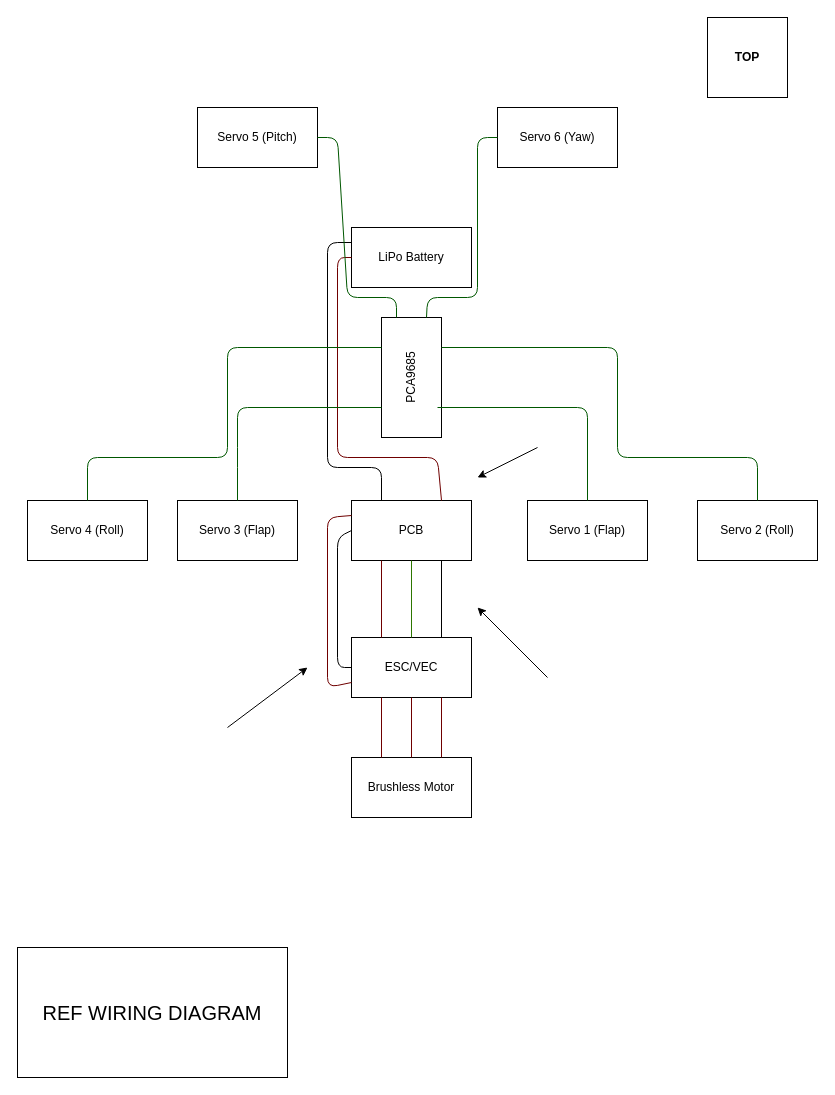
This is PCB/Wiring_Diagrams/Wiring Diagram.drawio from Cipher018/XDF-001, a draw.io file, before an edit. Source tidied: cells renumbered, new cells numbered last; positions are measured from the earlier drawing's top-left corner, leaving out a move shared by most shapes. Both pictures are drawn from the tidied source at 100%, with x=0, y=0 at pixel (17, 17).
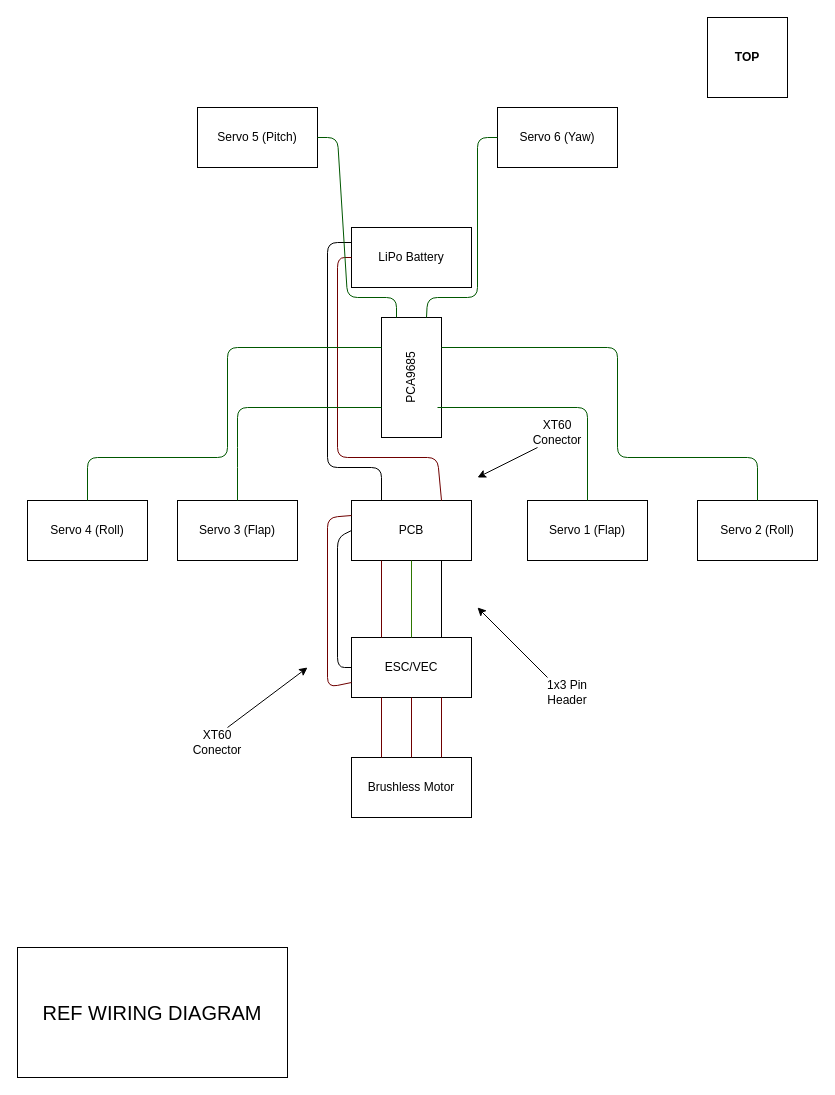
The same diagram, later.

Commit message (it also covers changes not shown here):
Added Wiring Diagram images

What changed in the source:
```diff
@@
-<mxGraphModel>
+<mxGraphModel background="#ffffff">
@@
+    <mxCell id="34" value="XT60 Conector" style="text;html=1;strokeColor=none;fillColor=none;align=center;verticalAlign=middle;whiteSpace=wrap;rounded=0;" parent="1" vertex="1">
+      <mxGeometry x="170" y="710" width="60" height="30" as="geometry" />
+    </mxCell>
+    <mxCell id="35" value="XT60 Conector" style="text;html=1;strokeColor=none;fillColor=none;align=center;verticalAlign=middle;whiteSpace=wrap;rounded=0;" parent="1" vertex="1">
+      <mxGeometry x="510" y="400" width="60" height="30" as="geometry" />
+    </mxCell>
+    <mxCell id="36" value="1x3 Pin Header" style="text;html=1;strokeColor=none;fillColor=none;align=center;verticalAlign=middle;whiteSpace=wrap;rounded=0;" parent="1" vertex="1">
+      <mxGeometry x="520" y="660" width="60" height="30" as="geometry" />
+    </mxCell>
```
